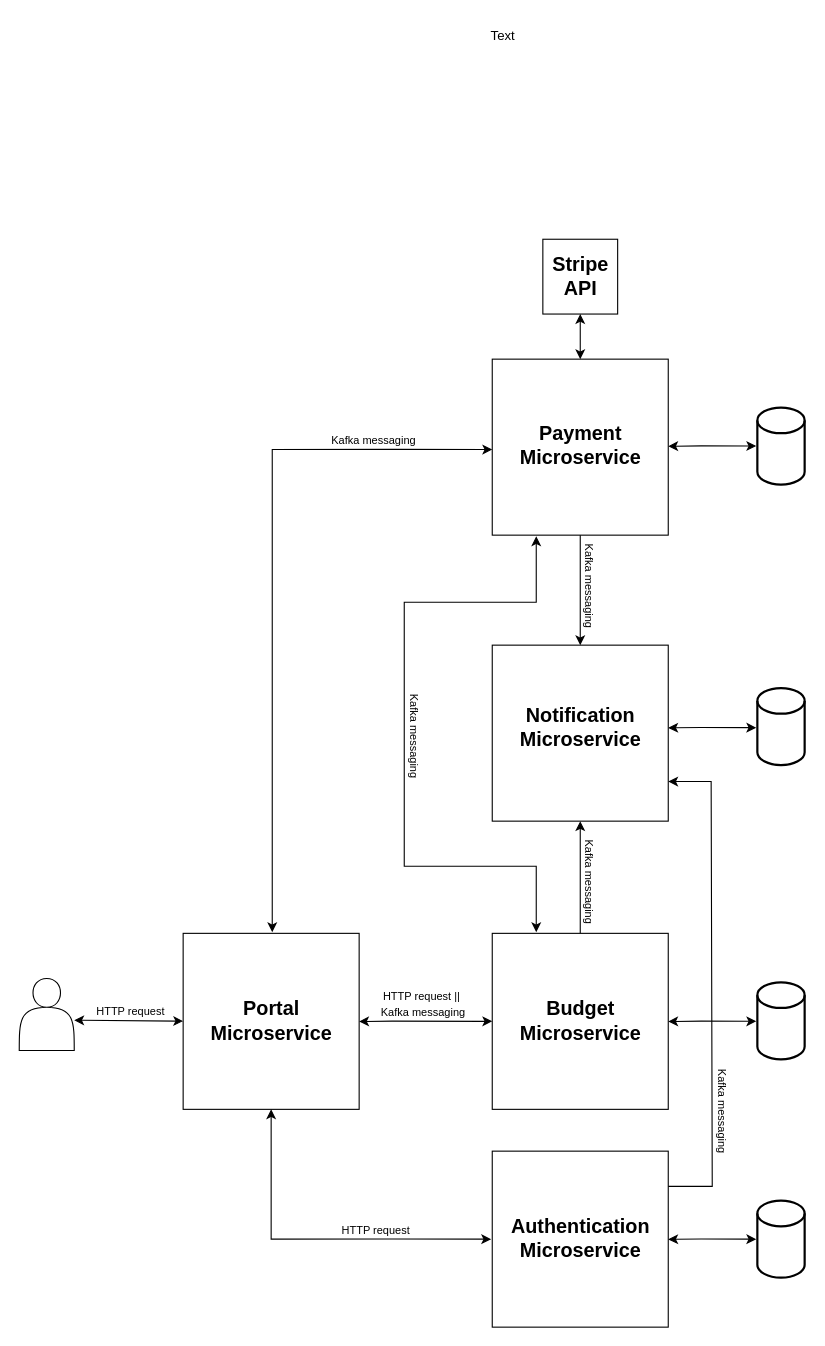
This is expenseshubdiagram.drawio from MiguelCardoso19/BudgetHub, a draw.io file, before an edit. Source tidied: cells renumbered, new cells numbered last; positions are measured from the earlier drawing's top-left corner, leaving out a move shared by most shapes. Both pictures are drawn from the tidied source at 110%, with x=0, y=0 at pixel (19, 19).
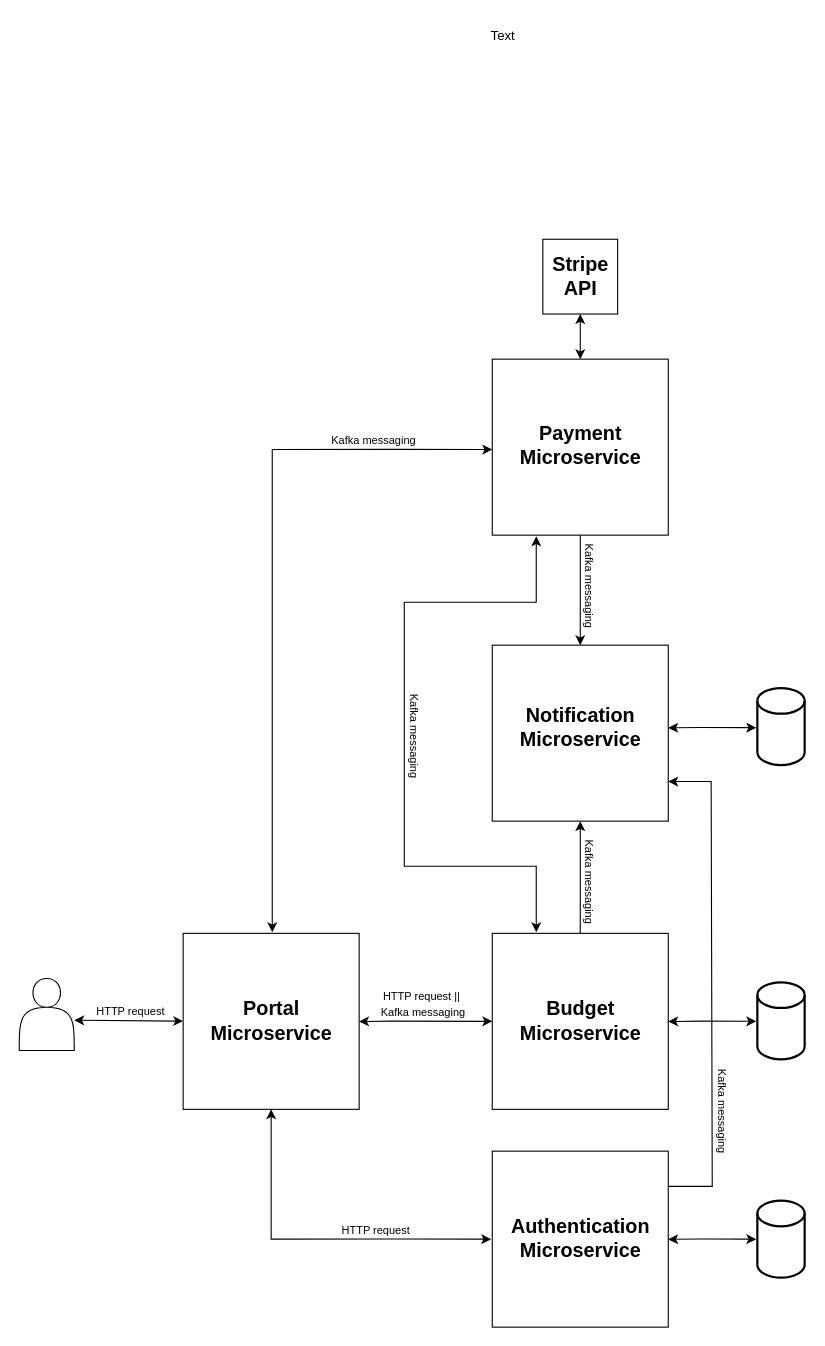
The same diagram, later.

What changed in the source:
```diff
@@
-    <mxCell id="14" style="endArrow=classic;startArrow=classic;html=1;rounded=0;entryX=0;entryY=0.5;entryDx=0;entryDy=0;" parent="1" edge="1">
-      <mxGeometry relative="1" as="geometry">
-        <mxPoint x="590" y="388.2" as="sourcePoint" />
-        <mxPoint x="670" y="388" as="targetPoint" />
-        <Array as="points">
-          <mxPoint x="620" y="387.8" />
-        </Array>
-      </mxGeometry>
-    </mxCell>
-    <mxCell id="15" style="strokeWidth=2;html=1;shape=mxgraph.flowchart.database;whiteSpace=wrap;" parent="1" vertex="1">
-      <mxGeometry x="671" y="353" width="43" height="70" as="geometry" />
-    </mxCell>
```
